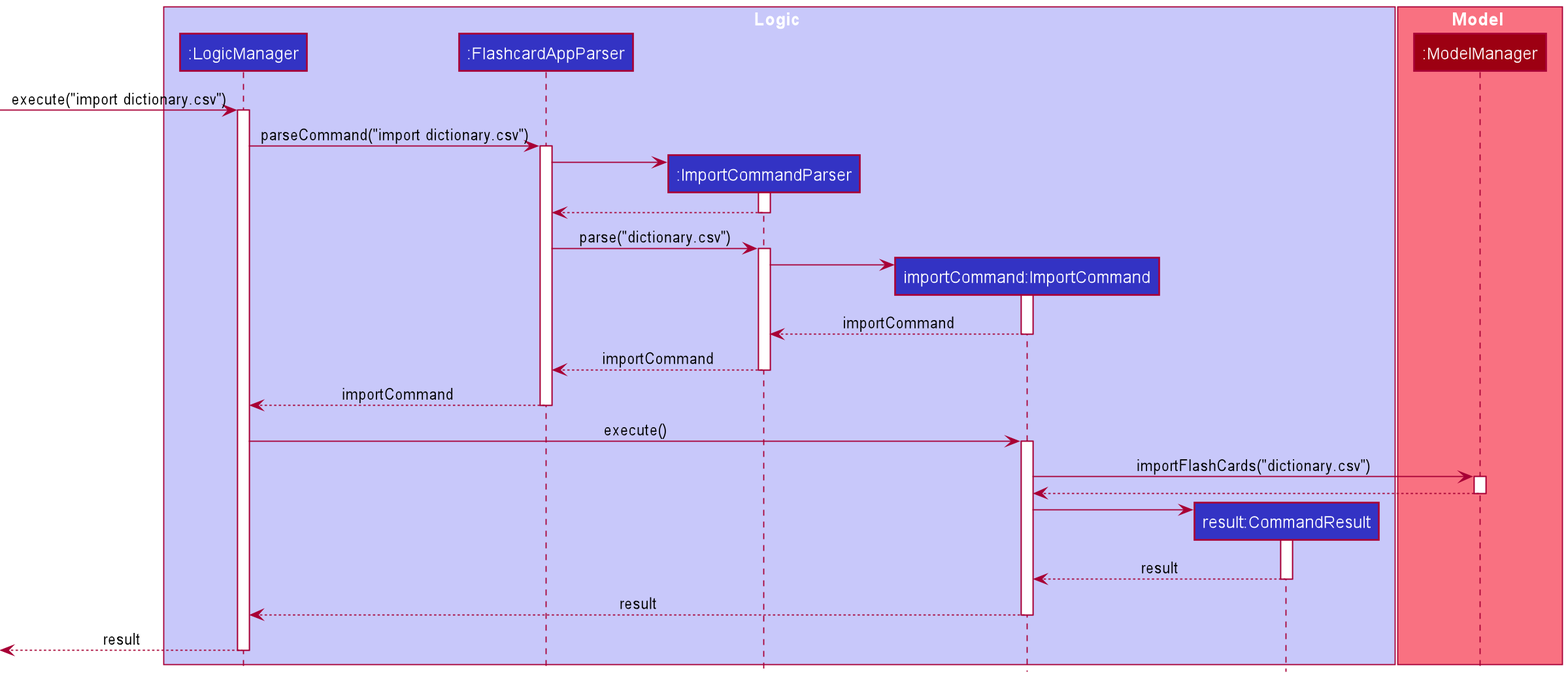
This is docs/images/ImportSequenceDiagram.png from sharmainec/tp, a PlantUML export, as it was before one commit.
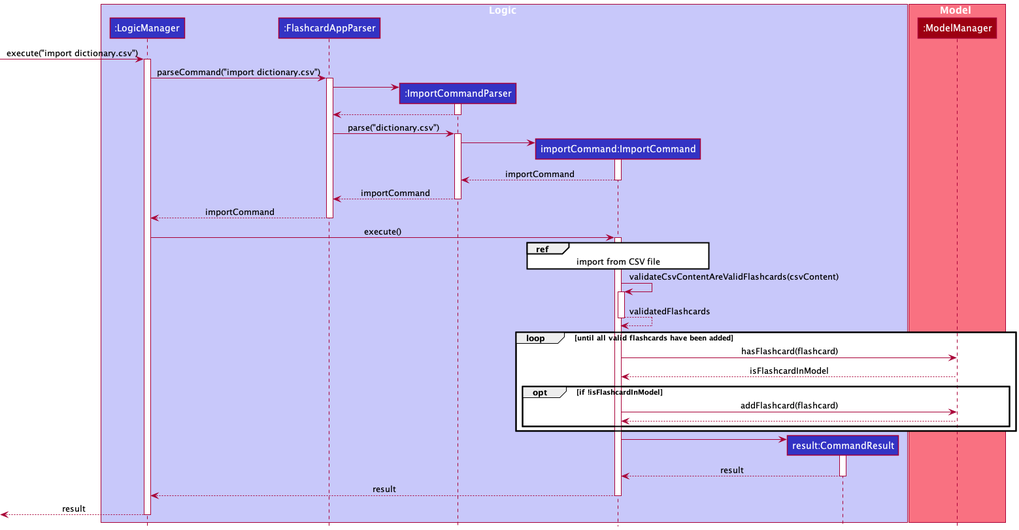
After the change.

Commit message:
Update import export command feature implementation details and UML diagrams

Change to the diagram source:
```diff
@@ -45,11 +45,24 @@
 LogicManager -> ImportCommand : execute()
 activate ImportCommand
 
-ImportCommand -> Model : importFlashCards("dictionary.csv")
-activate Model
+ref over ImportCommand
+    import from CSV file
+end
 
-Model --> ImportCommand
-deactivate Model
+ImportCommand -> ImportCommand: validateCsvContentAreValidFlashcards(csvContent)
+activate ImportCommand
+ImportCommand --> ImportCommand: validatedFlashcards
+deactivate ImportCommand
+
+loop until all valid flashcards have been added
+    ImportCommand -> Model: hasFlashcard(flashcard)
+    Model --> ImportCommand: isFlashcardInModel
+    opt if !isFlashcardInModel
+
+        ImportCommand -> Model: addFlashcard(flashcard)
+        Model --> ImportCommand:
+    end
+end
 
 create CommandResult
 ImportCommand -> CommandResult
```
